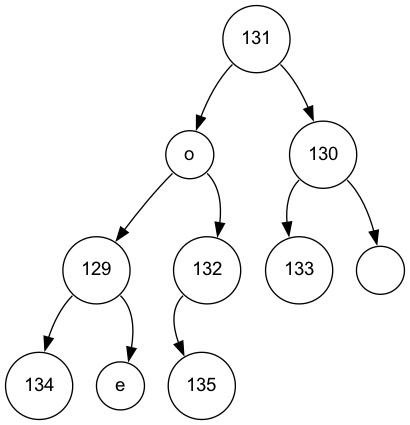
Above: fichiers_viz/minimier_etape_8.png in Procuste34/codage_huffman_c (Graphviz), before the change. Its source is kept beside it as fichiers_viz/minimier_etape_8.dot. Its diagram source:
```dot
digraph POT_test {
node [fontname="Arial", shape="circle", width=0.5];
131 [label = "131"]
131:sw -> 111
131:se -> 130
111 [label = "o"]
111:sw -> 129
111:se -> 132
129 [label = "129"]
129:sw -> 134
129:se -> 101
134 [label = "134"]
101 [label = "e"]
132 [label = "132"]
132:sw -> 135
135 [label = "135"]
130 [label = "130"]
130:sw -> 133
130:se -> 32
133 [label = "133"]
32 [label = " "]
}
```
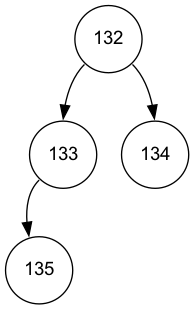
After the change.

What changed in the source:
```diff
@@ -1,22 +1,10 @@
 digraph POT_test {
 node [fontname="Arial", shape="circle", width=0.5];
-131 [label = "131"]
-131:sw -> 111
-131:se -> 130
-111 [label = "o"]
-111:sw -> 129
-111:se -> 132
-129 [label = "129"]
-129:sw -> 134
-129:se -> 101
+132 [label = "132"]
+132:sw -> 133
+132:se -> 134
+133 [label = "133"]
+133:sw -> 135
+135 [label = "135"]
 134 [label = "134"]
-101 [label = "e"]
-132 [label = "132"]
-132:sw -> 135
-135 [label = "135"]
-130 [label = "130"]
-130:sw -> 133
-130:se -> 32
-133 [label = "133"]
-32 [label = " "]
 }
```
